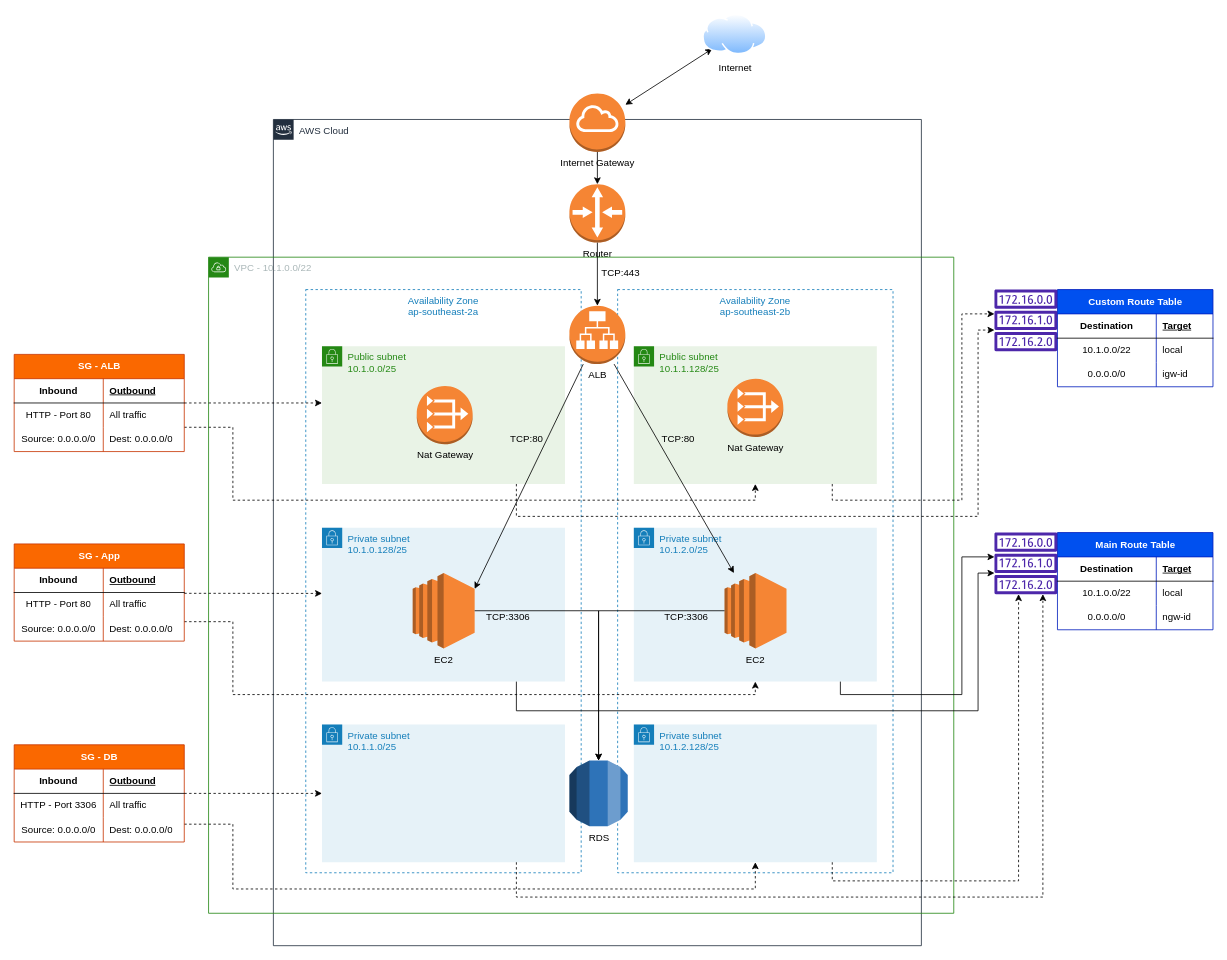
This is 9-projects/Untitled Diagram.drawio from anderri/cloud-devops-engineer, a draw.io file, before an edit. Source tidied: cells renumbered, new cells numbered last; positions are measured from the earlier drawing's top-left corner, leaving out a move shared by most shapes. Both pictures are drawn from the tidied source at 81%, with x=0, y=0 at pixel (14, 14).
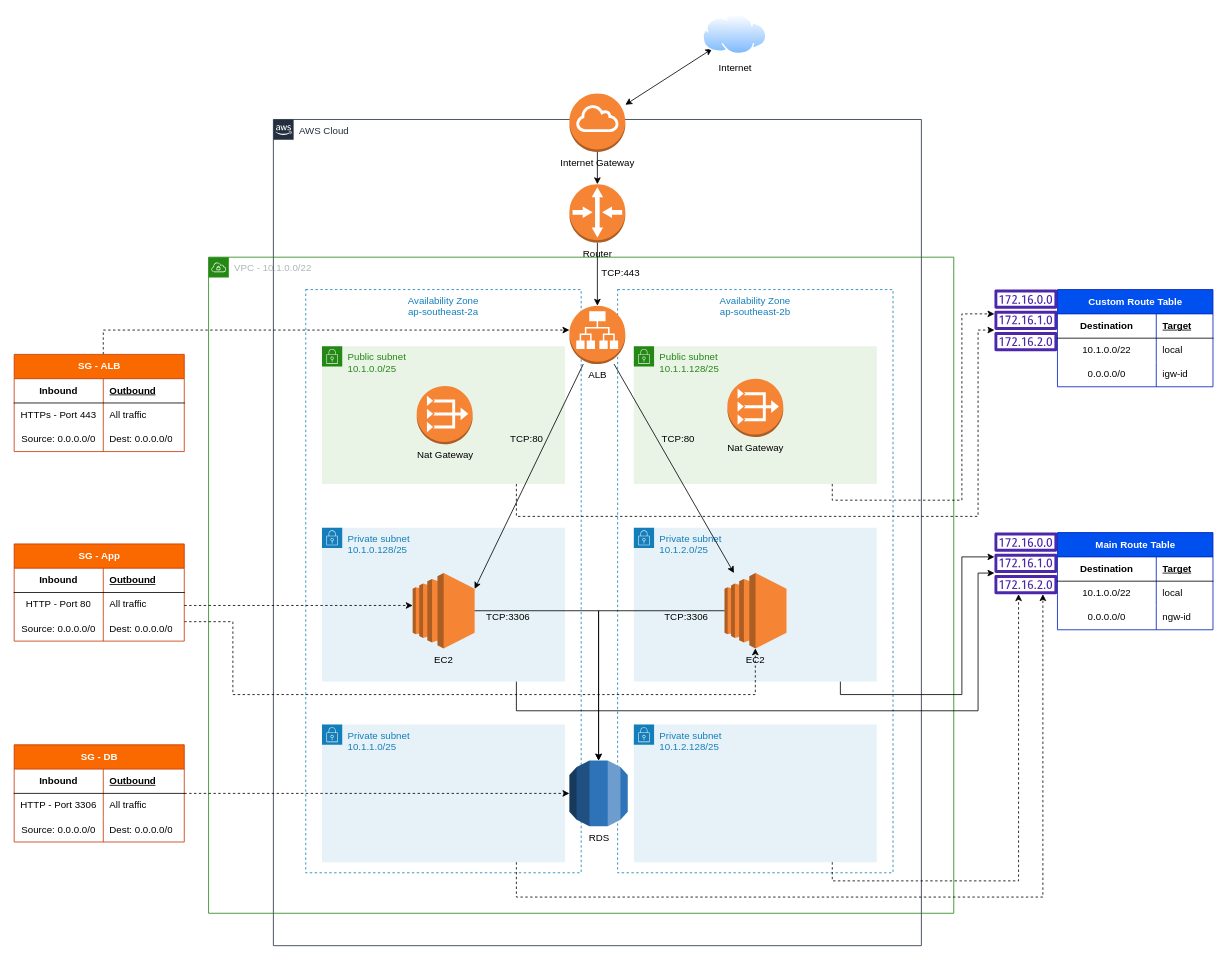
After the change.

Commit message:
Update - Cloud DevOps Lab1

Unchanged cells that the change refers to:
```xml
<mxCell id="5" value="Availability Zone&lt;br&gt;ap-southeast-2a" style="fillColor=none;strokeColor=#147EBA;dashed=1;verticalAlign=top;fontStyle=0;fontColor=#147EBA;whiteSpace=wrap;html=1;" parent="4" vertex="1">
  <mxGeometry x="120" y="40" width="340" height="720" as="geometry" />
</mxCell>
<mxCell id="6" value="Private subnet&lt;br&gt;10.1.1.0/25" style="points=[[0,0],[0.25,0],[0.5,0],[0.75,0],[1,0],[1,0.25],[1,0.5],[1,0.75],[1,1],[0.75,1],[0.5,1],[0.25,1],[0,1],[0,0.75],[0,0.5],[0,0.25]];outlineConnect=0;gradientColor=none;html=1;whiteSpace=wrap;fontSize=12;fontStyle=0;shape=mxgraph.aws4.group;grIcon=mxgraph.aws4.group_security_group;grStroke=0;strokeColor=#147EBA;fillColor=#E6F2F8;verticalAlign=top;align=left;spacingLeft=30;fontColor=#147EBA;dashed=0;" parent="4" vertex="1">
  <mxGeometry x="140" y="577" width="300" height="170" as="geometry" />
</mxCell>
<mxCell id="8" value="EC2" style="outlineConnect=0;dashed=0;verticalLabelPosition=bottom;verticalAlign=top;align=center;html=1;shape=mxgraph.aws3.ec2;fillColor=#F58534;gradientColor=none;" parent="7" vertex="1">
  <mxGeometry x="112" y="56" width="76.5" height="93" as="geometry" />
</mxCell>
<mxCell id="10" value="Public subnet&lt;br&gt;10.1.0.0/25&amp;nbsp;" style="points=[[0,0],[0.25,0],[0.5,0],[0.75,0],[1,0],[1,0.25],[1,0.5],[1,0.75],[1,1],[0.75,1],[0.5,1],[0.25,1],[0,1],[0,0.75],[0,0.5],[0,0.25]];outlineConnect=0;gradientColor=none;html=1;whiteSpace=wrap;fontSize=12;fontStyle=0;shape=mxgraph.aws4.group;grIcon=mxgraph.aws4.group_security_group;grStroke=0;strokeColor=#248814;fillColor=#E9F3E6;verticalAlign=top;align=left;spacingLeft=30;fontColor=#248814;dashed=0;" parent="4" vertex="1">
  <mxGeometry x="140" y="110" width="300" height="170" as="geometry" />
</mxCell>
<mxCell id="13" value="Private subnet&lt;br&gt;10.1.2.128/25" style="points=[[0,0],[0.25,0],[0.5,0],[0.75,0],[1,0],[1,0.25],[1,0.5],[1,0.75],[1,1],[0.75,1],[0.5,1],[0.25,1],[0,1],[0,0.75],[0,0.5],[0,0.25]];outlineConnect=0;gradientColor=none;html=1;whiteSpace=wrap;fontSize=12;fontStyle=0;shape=mxgraph.aws4.group;grIcon=mxgraph.aws4.group_security_group;grStroke=0;strokeColor=#147EBA;fillColor=#E6F2F8;verticalAlign=top;align=left;spacingLeft=30;fontColor=#147EBA;dashed=0;" parent="4" vertex="1">
  <mxGeometry x="525" y="577" width="300" height="170" as="geometry" />
</mxCell>
<mxCell id="14" value="Private subnet&lt;br&gt;10.1.2.0/25" style="points=[[0,0],[0.25,0],[0.5,0],[0.75,0],[1,0],[1,0.25],[1,0.5],[1,0.75],[1,1],[0.75,1],[0.5,1],[0.25,1],[0,1],[0,0.75],[0,0.5],[0,0.25]];outlineConnect=0;gradientColor=none;html=1;whiteSpace=wrap;fontSize=12;fontStyle=0;shape=mxgraph.aws4.group;grIcon=mxgraph.aws4.group_security_group;grStroke=0;strokeColor=#147EBA;fillColor=#E6F2F8;verticalAlign=top;align=left;spacingLeft=30;fontColor=#147EBA;dashed=0;" parent="4" vertex="1">
  <mxGeometry x="525" y="334" width="300" height="190" as="geometry" />
</mxCell>
<mxCell id="15" value="EC2" style="outlineConnect=0;dashed=0;verticalLabelPosition=bottom;verticalAlign=top;align=center;html=1;shape=mxgraph.aws3.ec2;fillColor=#F58534;gradientColor=none;" parent="14" vertex="1">
  <mxGeometry x="112" y="56" width="76.5" height="93" as="geometry" />
</mxCell>
<mxCell id="16" value="Public subnet&lt;br&gt;10.1.1.128/25" style="points=[[0,0],[0.25,0],[0.5,0],[0.75,0],[1,0],[1,0.25],[1,0.5],[1,0.75],[1,1],[0.75,1],[0.5,1],[0.25,1],[0,1],[0,0.75],[0,0.5],[0,0.25]];outlineConnect=0;gradientColor=none;html=1;whiteSpace=wrap;fontSize=12;fontStyle=0;shape=mxgraph.aws4.group;grIcon=mxgraph.aws4.group_security_group;grStroke=0;strokeColor=#248814;fillColor=#E9F3E6;verticalAlign=top;align=left;spacingLeft=30;fontColor=#248814;dashed=0;" parent="4" vertex="1">
  <mxGeometry x="525" y="110" width="300" height="170" as="geometry" />
</mxCell>
<mxCell id="19" value="ALB" style="outlineConnect=0;dashed=0;verticalLabelPosition=bottom;verticalAlign=top;align=center;html=1;shape=mxgraph.aws3.application_load_balancer;fillColor=#F58534;gradientColor=none;" parent="4" vertex="1">
  <mxGeometry x="445.5" y="60" width="69" height="72" as="geometry" />
</mxCell>
<mxCell id="22" value="RDS" style="outlineConnect=0;dashed=0;verticalLabelPosition=bottom;verticalAlign=top;align=center;html=1;shape=mxgraph.aws3.rds;fillColor=#2E73B8;gradientColor=none;" parent="4" vertex="1">
  <mxGeometry x="445.5" y="621.5" width="72" height="81" as="geometry" />
</mxCell>
<mxCell id="62" value="SG - App" style="shape=table;startSize=30;childLayout=tableLayout;rowLines=0;fontStyle=1;align=center;html=1;fillColor=#fa6800;strokeColor=#C73500;fontColor=#FFFFFF;" parent="1" vertex="1">
  <mxGeometry y="654" width="210" height="120" as="geometry" />
</mxCell>
<mxCell id="66" style="shape=tableRow;horizontal=0;startSize=0;swimlaneHead=0;swimlaneBody=0;fillColor=none;points=[[0,0.5],[1,0.5]];portConstraint=eastwest;top=0;left=0;right=0;bottom=0;" parent="62" vertex="1">
  <mxGeometry y="60" width="210" height="30" as="geometry" />
</mxCell>
<mxCell id="74" value="SG - ALB" style="shape=table;startSize=30;childLayout=tableLayout;rowLines=0;fontStyle=1;align=center;html=1;fillColor=#fa6800;strokeColor=#C73500;fontColor=#FFFFFF;" parent="1" vertex="1">
  <mxGeometry y="420" width="210" height="120" as="geometry" />
</mxCell>
<mxCell id="78" style="shape=tableRow;horizontal=0;startSize=0;swimlaneHead=0;swimlaneBody=0;fillColor=none;top=0;left=0;right=0;bottom=0;" parent="74" vertex="1">
  <mxGeometry y="60" width="210" height="30" as="geometry" />
</mxCell>
<mxCell id="86" value="SG - DB" style="shape=table;startSize=30;childLayout=tableLayout;rowLines=0;fontStyle=1;align=center;html=1;fillColor=#fa6800;strokeColor=#C73500;fontColor=#FFFFFF;" parent="1" vertex="1">
  <mxGeometry y="902" width="210" height="120" as="geometry" />
</mxCell>
```

Change to the diagram source:
```diff
@@
-    <mxCell id="61" style="edgeStyle=orthogonalEdgeStyle;rounded=0;jettySize=auto;html=1;dashed=1;" parent="1" edge="1" source="62" target="14">
+    <mxCell id="61" style="edgeStyle=orthogonalEdgeStyle;rounded=0;jettySize=auto;html=1;dashed=1;" parent="1" edge="1" source="62" target="15">
       <mxGeometry relative="1" as="geometry">
         <Array as="points">
           <mxPoint x="270" y="750" />
           <mxPoint x="270" y="840" />
           <mxPoint x="915" y="840" />
         </Array>
       </mxGeometry>
     </mxCell>
@@
-    <mxCell id="72" style="edgeStyle=orthogonalEdgeStyle;rounded=0;jettySize=auto;html=1;dashed=1;" parent="1" edge="1" source="74" target="10">
+    <mxCell id="72" style="edgeStyle=orthogonalEdgeStyle;rounded=0;jettySize=auto;html=1;dashed=1;" parent="1" edge="1" source="74" target="19">
       <mxGeometry relative="1" as="geometry">
         <Array as="points">
-          <mxPoint x="340" y="480" />
-          <mxPoint x="340" y="480" />
+          <mxPoint x="110" y="390" />
         </Array>
       </mxGeometry>
     </mxCell>
-    <mxCell id="73" style="edgeStyle=orthogonalEdgeStyle;rounded=0;jettySize=auto;html=1;dashed=1;" parent="1" edge="1" source="74" target="16">
-      <mxGeometry relative="1" as="geometry">
-        <Array as="points">
-          <mxPoint x="270" y="510" />
-          <mxPoint x="270" y="600" />
-          <mxPoint x="915" y="600" />
-        </Array>
-      </mxGeometry>
-    </mxCell>
@@
-    <mxCell id="79" value="HTTP - Port 80" style="shape=partialRectangle;fillColor=none;top=0;left=0;bottom=0;right=0;overflow=hidden;whiteSpace=wrap;html=1;" parent="78" vertex="1">
+    <mxCell id="79" value="HTTPs - Port 443" style="shape=partialRectangle;fillColor=none;top=0;left=0;bottom=0;right=0;overflow=hidden;whiteSpace=wrap;html=1;" parent="78" vertex="1">
       <mxGeometry width="110" height="30" as="geometry" />
     </mxCell>
@@
-    <mxCell id="84" style="edgeStyle=orthogonalEdgeStyle;rounded=0;jettySize=auto;html=1;dashed=1;" parent="1" edge="1" source="86" target="6">
+    <mxCell id="84" style="edgeStyle=orthogonalEdgeStyle;rounded=0;jettySize=auto;html=1;dashed=1;entryX=0;entryY=0.5;entryDx=0;entryDy=0;entryPerimeter=0;" parent="1" edge="1" source="86" target="22">
       <mxGeometry relative="1" as="geometry" />
     </mxCell>
-    <mxCell id="85" style="edgeStyle=orthogonalEdgeStyle;rounded=0;jettySize=auto;html=1;dashed=1;" parent="1" edge="1" source="86" target="13">
-      <mxGeometry relative="1" as="geometry">
-        <Array as="points">
-          <mxPoint x="270" y="1000" />
-          <mxPoint x="270" y="1080" />
-          <mxPoint x="915" y="1080" />
-        </Array>
-      </mxGeometry>
-    </mxCell>
@@
-    <mxCell id="96" style="edgeStyle=orthogonalEdgeStyle;rounded=0;jettySize=auto;html=1;entryX=0.059;entryY=0.521;entryDx=0;entryDy=0;entryPerimeter=0;dashed=1;" parent="1" edge="1" source="66" target="5">
+    <mxCell id="96" style="edgeStyle=orthogonalEdgeStyle;rounded=0;jettySize=auto;html=1;dashed=1;" parent="1" edge="1" source="66" target="8">
       <mxGeometry relative="1" as="geometry">
         <Array as="points">
-          <mxPoint x="250" y="715" />
-          <mxPoint x="250" y="715" />
+          <mxPoint x="420" y="730" />
+          <mxPoint x="420" y="730" />
         </Array>
       </mxGeometry>
     </mxCell>
```
